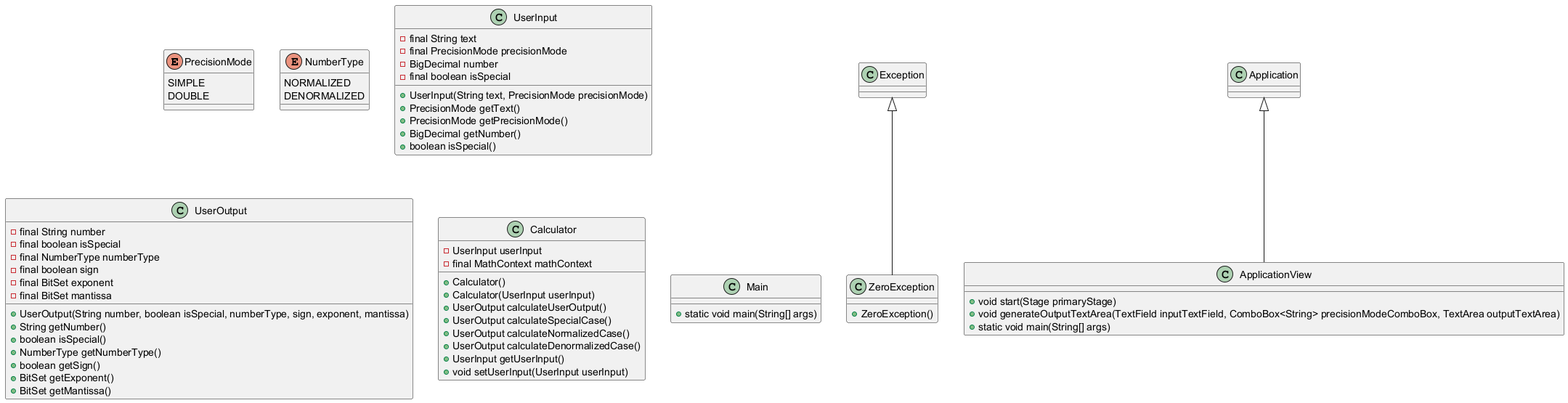
Before: build/resources/main/uml.png, a diagram exported from PlantUML (Jiuso1/easyP754). Its diagram source:
```plantuml
@startuml
enum PrecisionMode {
    SIMPLE
    DOUBLE
}

enum NumberType {
    NORMALIZED
    DENORMALIZED
}

class UserInput {
    - final String text
    - final PrecisionMode precisionMode
    - BigDecimal number
    - final boolean isSpecial
    + UserInput(String text, PrecisionMode precisionMode)
    + PrecisionMode getText()
    + PrecisionMode getPrecisionMode()
    + BigDecimal getNumber()
    + boolean isSpecial()
}

class UserOutput {
    - final String number
    - final boolean isSpecial
    - final NumberType numberType
    - final boolean sign
    - final BitSet exponent
    - final BitSet mantissa
    + UserOutput(String number, boolean isSpecial, numberType, sign, exponent, mantissa)
    + String getNumber()
    + boolean isSpecial()
    + NumberType getNumberType()
    + boolean getSign()
    + BitSet getExponent()
    + BitSet getMantissa()
}

class Calculator {
    - UserInput userInput
    - final MathContext mathContext
    + Calculator()
    + Calculator(UserInput userInput)
    + UserOutput calculateUserOutput()
    + UserOutput calculateSpecialCase()
    + UserOutput calculateNormalizedCase()
    + UserOutput calculateDenormalizedCase()
    + UserInput getUserInput()
    + void setUserInput(UserInput userInput)
}

Exception <|-- ZeroException

class ZeroException {
    + ZeroException()
}

class Main{
    + static void main(String[] args)
}

Application <|-- ApplicationView

class ApplicationView{
    + void start(Stage primaryStage)
    + void generateOutputTextArea(TextField inputTextField, ComboBox<String> precisionModeComboBox, TextArea outputTextArea)
    + static void main(String[] args)
}
@enduml
```
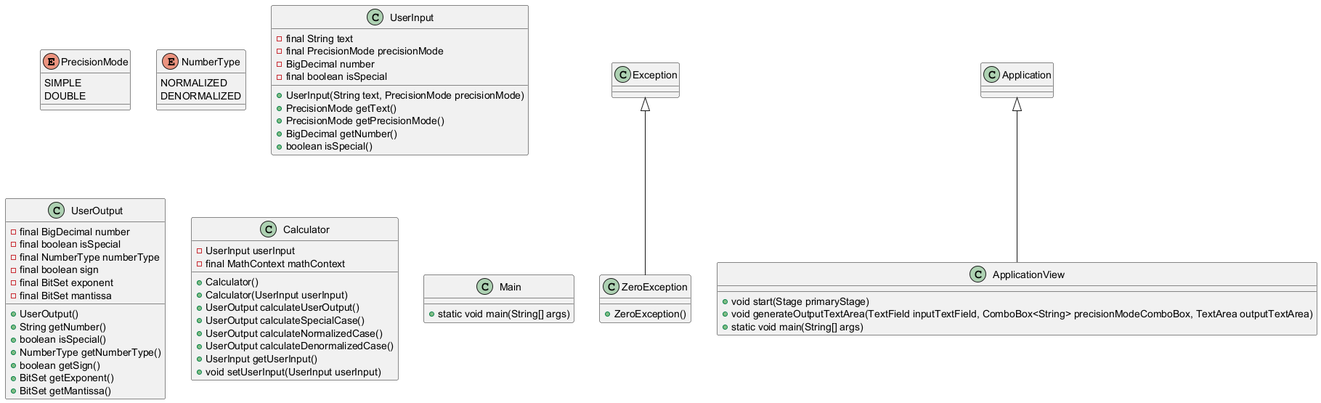
After the change.

The edit, as a diff of the source:
```diff
@@ -22,13 +22,13 @@
 }
 
 class UserOutput {
-    - final String number
+    - final BigDecimal number
     - final boolean isSpecial
     - final NumberType numberType
     - final boolean sign
     - final BitSet exponent
     - final BitSet mantissa
-    + UserOutput(String number, boolean isSpecial, numberType, sign, exponent, mantissa)
+    + UserOutput()
     + String getNumber()
     + boolean isSpecial()
     + NumberType getNumberType()
```
